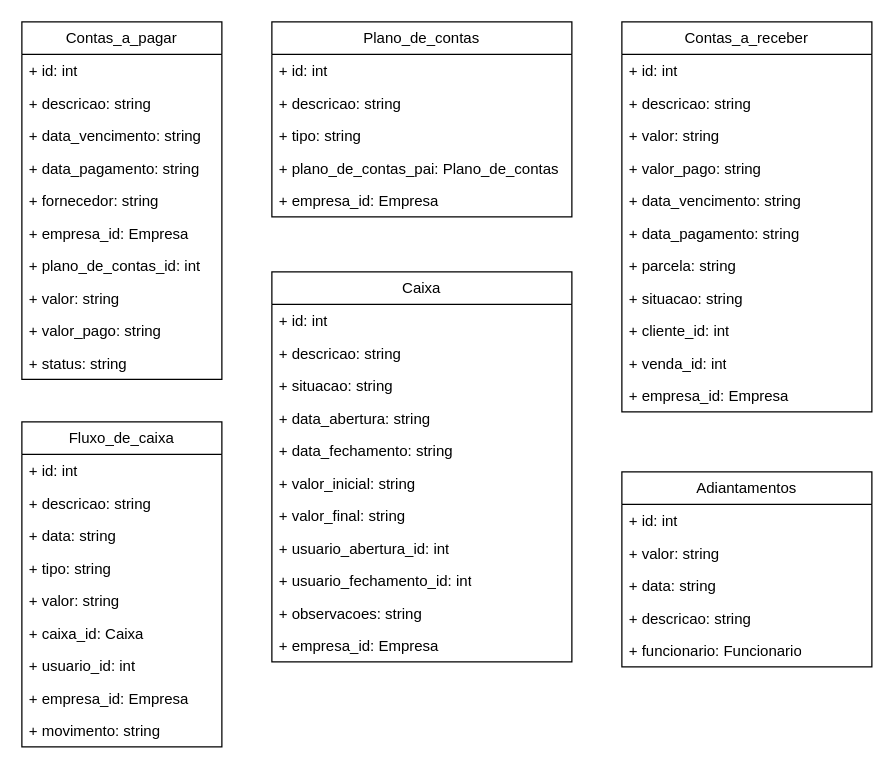
Before: page "Financeiro" (2 of 4) of Diagrama sem nome.drawio in FSOFTSistemas/Lago, a draw.io diagram. Source tidied: cells renumbered, new cells numbered last; positions are measured from the earlier drawing's top-left corner, leaving out a move shared by most shapes. Both pictures are drawn from the tidied source at 125%, with x=0, y=0 at pixel (21, 21).
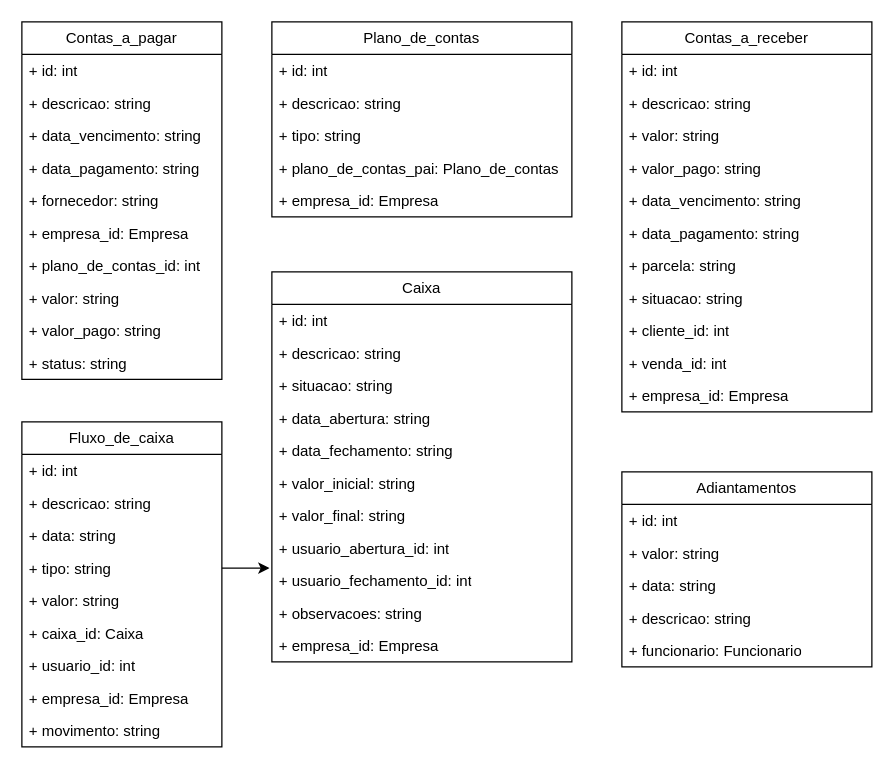
The same page after the edit.

The change refers to these unchanged cells:
```xml
<mxCell id="29" value="+ tipo: string" style="text;strokeColor=none;fillColor=none;align=left;verticalAlign=top;spacingLeft=4;spacingRight=4;overflow=hidden;points=[[0,0.5],[1,0.5]];portConstraint=eastwest;whiteSpace=wrap;html=1;" parent="25" vertex="1">
  <mxGeometry y="104" width="160" height="26" as="geometry" />
</mxCell>
<mxCell id="56" value="+ usuario_fechamento_id: int" style="text;strokeColor=none;fillColor=none;align=left;verticalAlign=top;spacingLeft=4;spacingRight=4;overflow=hidden;points=[[0,0.5],[1,0.5]];portConstraint=eastwest;whiteSpace=wrap;html=1;" parent="47" vertex="1">
  <mxGeometry y="234" width="240" height="26" as="geometry" />
</mxCell>
```

The edit, as a diff of the source:
```diff
@@
+    <mxCell id="59" style="edgeStyle=orthogonalEdgeStyle;rounded=0;jettySize=auto;html=1;entryX=-0.008;entryY=0.115;entryDx=0;entryDy=0;entryPerimeter=0;" parent="1" edge="1" source="29" target="56">
+      <mxGeometry relative="1" as="geometry" />
+    </mxCell>
```
